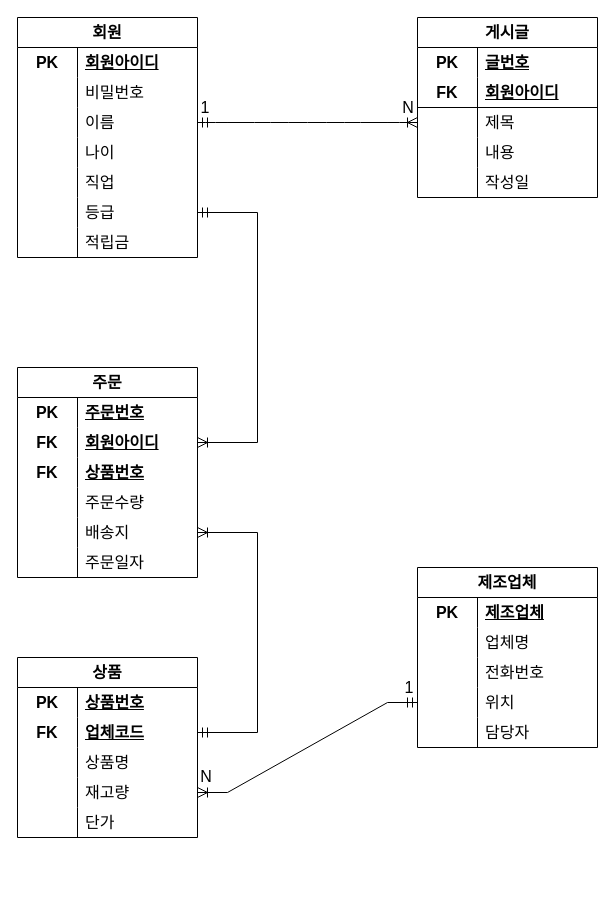
This is page "릴레이션" (2 of 2) of 한빛마트.drawio from 2naayoon/prep, a draw.io file, before an edit. Source tidied: cells renumbered, new cells numbered last; positions are measured from the earlier drawing's top-left corner, leaving out a move shared by most shapes. Both pictures are drawn from the tidied source at 100%, with x=0, y=0 at pixel (17, 17).
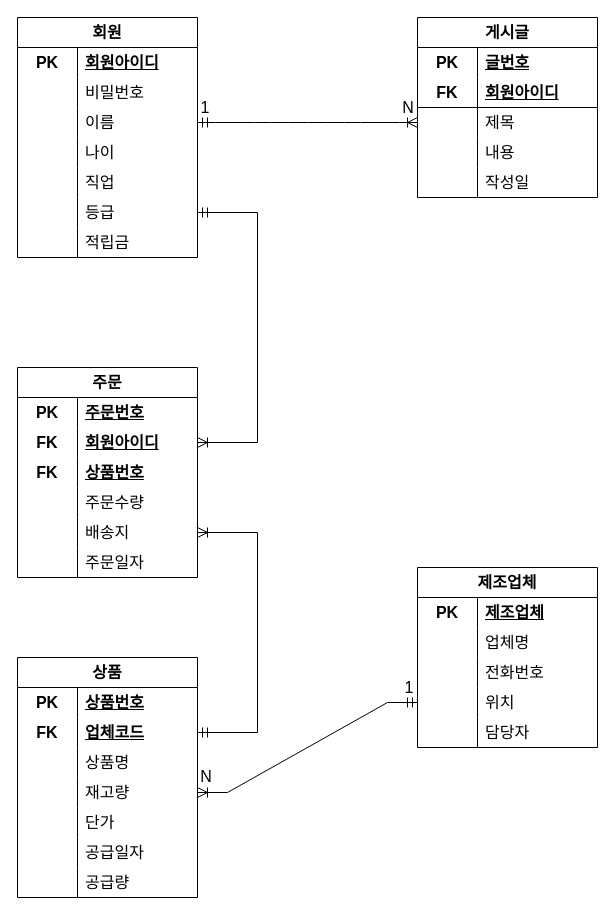
The same diagram, later.

What changed in the source:
```diff
@@
     <mxCell id="43" value="상품" style="shape=table;startSize=30;childLayout=tableLayout;rowLines=0;fontStyle=1;align=center;html=1;whiteSpace=wrap;fontSize=16;" parent="1" vertex="1">
-      <mxGeometry y="640" width="180" height="180" as="geometry" />
+      <mxGeometry y="640" width="180" height="240" as="geometry" />
     </mxCell>
@@
+    <mxCell id="99" style="shape=tableRow;horizontal=0;startSize=0;swimlaneHead=0;swimlaneBody=0;fillColor=none;top=0;left=0;right=0;bottom=0;html=1;fontSize=16;" parent="43" vertex="1">
+      <mxGeometry y="180" width="180" height="30" as="geometry" />
+    </mxCell>
+    <mxCell id="100" style="shape=partialRectangle;fillColor=none;top=0;left=0;bottom=0;right=0;overflow=hidden;html=1;whiteSpace=wrap;fontSize=16;" parent="99" vertex="1">
+      <mxGeometry width="60" height="30" as="geometry" />
+    </mxCell>
+    <mxCell id="101" value="공급일자" style="shape=partialRectangle;fillColor=none;top=0;left=0;bottom=0;right=0;align=left;spacingLeft=6;overflow=hidden;html=1;whiteSpace=wrap;fontSize=16;" parent="99" vertex="1">
+      <mxGeometry x="60" width="120" height="30" as="geometry" />
+    </mxCell>
+    <mxCell id="102" style="shape=tableRow;horizontal=0;startSize=0;swimlaneHead=0;swimlaneBody=0;fillColor=none;top=0;left=0;right=0;bottom=0;html=1;fontSize=16;" parent="43" vertex="1">
+      <mxGeometry y="210" width="180" height="30" as="geometry" />
+    </mxCell>
+    <mxCell id="103" style="shape=partialRectangle;fillColor=none;top=0;left=0;bottom=0;right=0;overflow=hidden;html=1;whiteSpace=wrap;fontSize=16;" parent="102" vertex="1">
+      <mxGeometry width="60" height="30" as="geometry" />
+    </mxCell>
+    <mxCell id="104" value="공급량" style="shape=partialRectangle;fillColor=none;top=0;left=0;bottom=0;right=0;align=left;spacingLeft=6;overflow=hidden;html=1;whiteSpace=wrap;fontSize=16;" parent="102" vertex="1">
+      <mxGeometry x="60" width="120" height="30" as="geometry" />
+    </mxCell>
```
